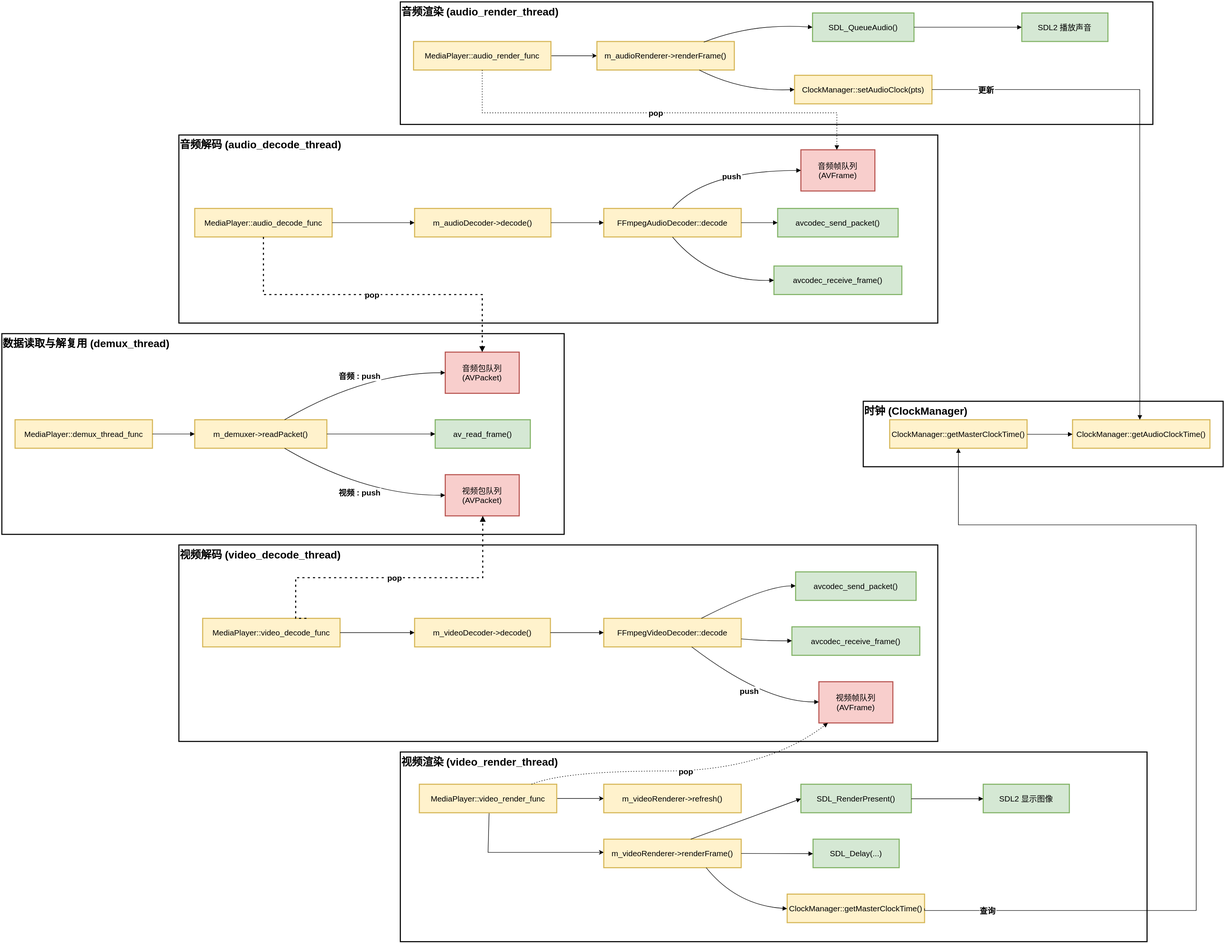
Above: docs/assets/pic3_2-overall_core_flowchart.svg in Ko-vey/SDLplayerCore (draw.io), before the change. Source tidied: cells renumbered, new cells last; positions are measured from the earlier drawing's top-left corner, leaving out a move shared by most shapes.
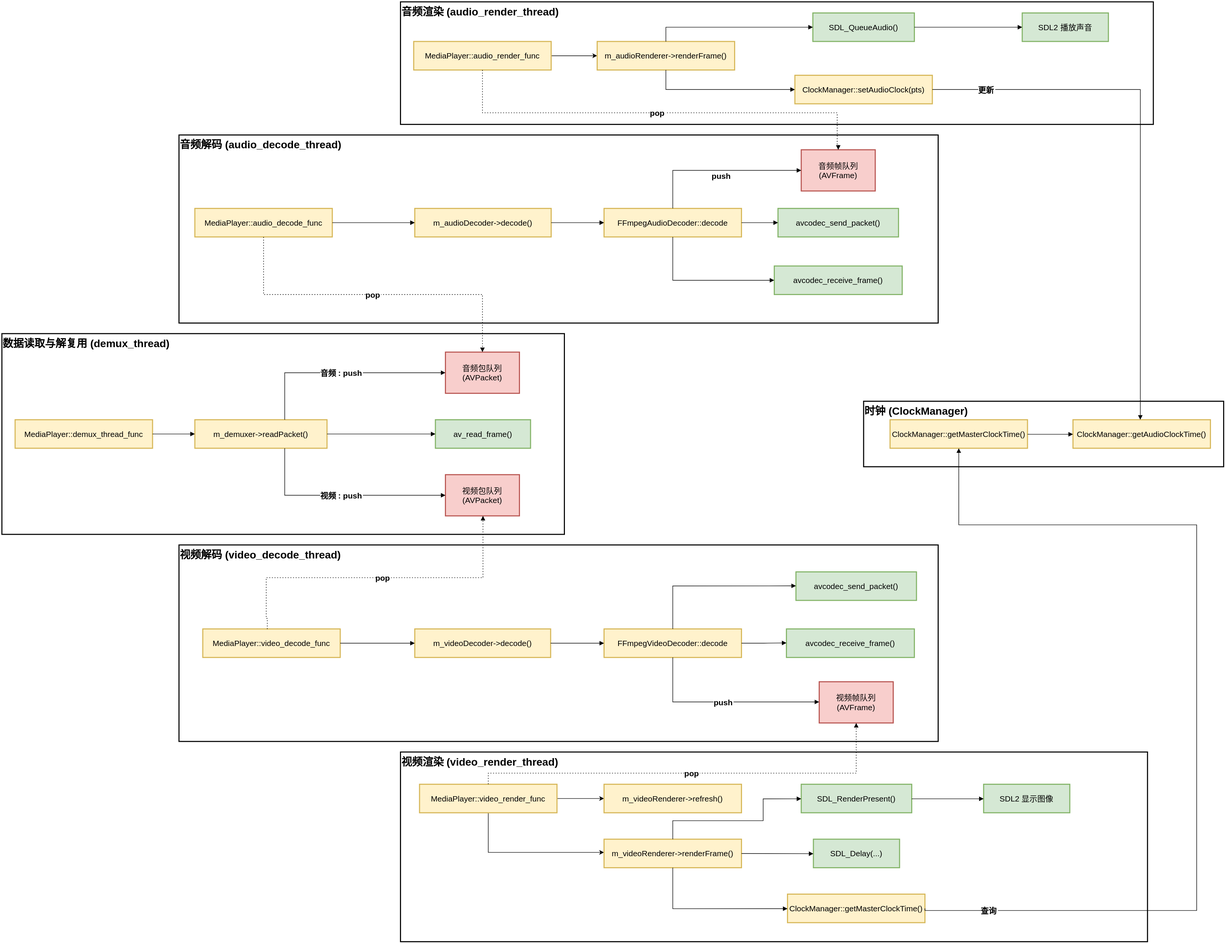
After the change.

Commit message:
对总体流程图做一些微调美化

Diff of the diagram source:
```diff
@@ -36,19 +36,19 @@
       <mxGeometry x="839" y="895" width="140" height="78" as="geometry" />
     </mxCell>
     <mxCell id="13" value="MediaPlayer::video_decode_func" style="whiteSpace=wrap;strokeWidth=2;fontSize=15;fillColor=#fff2cc;strokeColor=#d6b656;" parent="1" vertex="1">
-      <mxGeometry x="380" y="1167" width="260" height="54" as="geometry" />
+      <mxGeometry x="380" y="1187" width="260" height="54" as="geometry" />
     </mxCell>
     <mxCell id="14" value="m_videoDecoder-&gt;decode()" style="whiteSpace=wrap;strokeWidth=2;fontSize=15;fillColor=#fff2cc;strokeColor=#d6b656;" parent="1" vertex="1">
-      <mxGeometry x="781" y="1167" width="257" height="54" as="geometry" />
+      <mxGeometry x="781" y="1187" width="257" height="54" as="geometry" />
     </mxCell>
     <mxCell id="15" value="FFmpegVideoDecoder::decode" style="whiteSpace=wrap;strokeWidth=2;fontSize=15;fillColor=#fff2cc;strokeColor=#d6b656;" parent="1" vertex="1">
-      <mxGeometry x="1139" y="1167" width="260" height="54" as="geometry" />
+      <mxGeometry x="1139" y="1187" width="260" height="54" as="geometry" />
     </mxCell>
     <mxCell id="16" value="avcodec_send_packet()" style="whiteSpace=wrap;strokeWidth=2;fontSize=15;fillColor=#d5e8d4;strokeColor=#82b366;" parent="1" vertex="1">
       <mxGeometry x="1502" y="1079" width="228" height="54" as="geometry" />
     </mxCell>
     <mxCell id="17" value="avcodec_receive_frame()" style="whiteSpace=wrap;strokeWidth=2;fontSize=15;fillColor=#d5e8d4;strokeColor=#82b366;" parent="1" vertex="1">
-      <mxGeometry x="1495" y="1183" width="242" height="54" as="geometry" />
+      <mxGeometry x="1484" y="1187" width="242" height="54" as="geometry" />
     </mxCell>
     <mxCell id="18" value="视频帧队列&#10;(AVFrame)" style="whiteSpace=wrap;strokeWidth=2;fontSize=15;fillColor=#f8cecc;strokeColor=#b85450;" parent="1" vertex="1">
       <mxGeometry x="1546" y="1287" width="140" height="78" as="geometry" />
@@ -130,65 +130,41 @@
     <mxCell id="42" style="curved=1;startArrow=none;endArrow=block;exitX=1;exitY=0.5;entryX=0;entryY=0.5;rounded=0;" parent="1" edge="1" source="8" target="9">
       <mxGeometry relative="1" as="geometry" />
     </mxCell>
-    <mxCell id="43" value="音频 : push" style="curved=1;startArrow=none;endArrow=block;exitX=0.68;exitY=0;entryX=0;entryY=0.5;rounded=0;fontSize=15;fontStyle=1;" parent="1" edge="1" source="9" target="10">
-      <mxGeometry relative="1" as="geometry">
-        <Array as="points">
-          <mxPoint x="687" y="702" />
-        </Array>
-      </mxGeometry>
+    <mxCell id="43" value="音频 : push" style="startArrow=none;endArrow=block;exitX=0.68;exitY=0;entryX=0;entryY=0.5;rounded=0;fontSize=15;fontStyle=1;edgeStyle=orthogonalEdgeStyle;" parent="1" edge="1" source="9" target="10">
+      <mxGeometry relative="1" as="geometry" />
     </mxCell>
     <mxCell id="44" style="curved=1;startArrow=none;endArrow=block;exitX=1;exitY=0.5;entryX=0;entryY=0.5;rounded=0;" parent="1" edge="1" source="9" target="11">
       <mxGeometry relative="1" as="geometry" />
     </mxCell>
-    <mxCell id="45" value="视频 : push" style="curved=1;startArrow=none;endArrow=block;exitX=0.68;exitY=1;entryX=0;entryY=0.5;rounded=0;fontSize=15;fontStyle=1;" parent="1" edge="1" source="9" target="12">
-      <mxGeometry relative="1" as="geometry">
-        <Array as="points">
-          <mxPoint x="687" y="934" />
-        </Array>
-      </mxGeometry>
+    <mxCell id="45" value="视频 : push" style="startArrow=none;endArrow=block;exitX=0.68;exitY=1;entryX=0;entryY=0.5;rounded=0;fontSize=15;fontStyle=1;edgeStyle=orthogonalEdgeStyle;" parent="1" edge="1" source="9" target="12">
+      <mxGeometry relative="1" as="geometry" />
     </mxCell>
-    <mxCell id="46" value="pop" style="dashed=1;dashPattern=2 3;startArrow=none;endArrow=block;exitX=0.75;exitY=0.01;entryX=0.5;entryY=1;rounded=0;edgeStyle=orthogonalEdgeStyle;strokeWidth=2;entryDx=0;entryDy=0;fontSize=15;fontStyle=1;" parent="1" edge="1" source="13" target="12">
-      <mxGeometry relative="1" as="geometry">
+    <mxCell id="46" value="pop" style="dashed=1;dashPattern=2 3;startArrow=none;endArrow=block;exitX=0.469;exitY=0.007;entryX=0.5;entryY=1;rounded=0;edgeStyle=orthogonalEdgeStyle;strokeWidth=1;entryDx=0;entryDy=0;fontSize=15;fontStyle=1;exitDx=0;exitDy=0;exitPerimeter=0;" parent="1" edge="1" source="13" target="12">
+      <mxGeometry x="0.02" relative="1" as="geometry">
         <Array as="points">
-          <mxPoint x="556" y="1167" />
-          <mxPoint x="556" y="1090" />
+          <mxPoint x="500" y="1167" />
+          <mxPoint x="500" y="1090" />
           <mxPoint x="910" y="1090" />
           <mxPoint x="910" y="973" />
         </Array>
       </mxGeometry>
     </mxCell>
-    <mxCell id="47" style="curved=1;startArrow=none;endArrow=block;exitX=1;exitY=0.5;entryX=0;entryY=0.5;rounded=0;exitDx=0;exitDy=0;" parent="1" edge="1" source="13" target="14">
-      <mxGeometry relative="1" as="geometry">
-        <Array as="points">
-          <mxPoint x="687" y="1194" />
-        </Array>
-      </mxGeometry>
+    <mxCell id="47" style="startArrow=none;endArrow=block;exitX=1;exitY=0.5;entryX=0;entryY=0.5;rounded=0;exitDx=0;exitDy=0;edgeStyle=orthogonalEdgeStyle;" parent="1" edge="1" source="13" target="14">
+      <mxGeometry relative="1" as="geometry" />
     </mxCell>
     <mxCell id="48" style="curved=1;startArrow=none;endArrow=block;exitX=1;exitY=0.5;entryX=0;entryY=0.5;rounded=0;" parent="1" edge="1" source="14" target="15">
       <mxGeometry relative="1" as="geometry" />
     </mxCell>
-    <mxCell id="49" style="curved=1;startArrow=none;endArrow=block;exitX=0.71;exitY=0;entryX=0;entryY=0.49;rounded=0;" parent="1" edge="1" source="15" target="16">
-      <mxGeometry relative="1" as="geometry">
-        <Array as="points">
-          <mxPoint x="1443" y="1106" />
-        </Array>
-      </mxGeometry>
+    <mxCell id="49" style="startArrow=none;endArrow=block;exitX=0.5;exitY=0;entryX=0;entryY=0.49;rounded=0;edgeStyle=orthogonalEdgeStyle;exitDx=0;exitDy=0;" parent="1" edge="1" source="15" target="16">
+      <mxGeometry relative="1" as="geometry" />
     </mxCell>
-    <mxCell id="50" style="curved=1;startArrow=none;endArrow=block;exitX=1;exitY=0.72;entryX=0;entryY=0.49;rounded=0;" parent="1" edge="1" source="15" target="17">
-      <mxGeometry relative="1" as="geometry">
-        <Array as="points">
-          <mxPoint x="1443" y="1210" />
-        </Array>
-      </mxGeometry>
+    <mxCell id="50" style="startArrow=none;endArrow=block;exitX=1;exitY=0.5;entryX=0;entryY=0.49;rounded=0;edgeStyle=orthogonalEdgeStyle;exitDx=0;exitDy=0;" parent="1" edge="1" source="15" target="17">
+      <mxGeometry relative="1" as="geometry" />
     </mxCell>
-    <mxCell id="51" value="push" style="curved=1;startArrow=none;endArrow=block;exitX=0.64;exitY=1;entryX=0;entryY=0.49;rounded=0;fontSize=15;fontStyle=1;" parent="1" edge="1" source="15" target="18">
-      <mxGeometry relative="1" as="geometry">
-        <Array as="points">
-          <mxPoint x="1443" y="1326" />
-        </Array>
-      </mxGeometry>
+    <mxCell id="51" value="push" style="startArrow=none;endArrow=block;exitX=0.5;exitY=1;entryX=0;entryY=0.49;rounded=0;fontSize=15;fontStyle=1;edgeStyle=orthogonalEdgeStyle;exitDx=0;exitDy=0;" parent="1" edge="1" source="15" target="18">
+      <mxGeometry relative="1" as="geometry" />
     </mxCell>
-    <mxCell id="52" value="pop" style="dashed=1;dashPattern=2 3;startArrow=none;endArrow=block;exitX=0.5;exitY=1;rounded=0;edgeStyle=orthogonalEdgeStyle;strokeWidth=2;exitDx=0;exitDy=0;fontSize=15;fontStyle=1;" parent="1" edge="1" source="19" target="10">
+    <mxCell id="52" value="pop" style="dashed=1;dashPattern=2 3;startArrow=none;endArrow=block;exitX=0.5;exitY=1;rounded=0;edgeStyle=orthogonalEdgeStyle;strokeWidth=1;exitDx=0;exitDy=0;fontSize=15;fontStyle=1;" parent="1" edge="1" source="19" target="10">
       <mxGeometry relative="1" as="geometry" />
     </mxCell>
     <mxCell id="53" style="curved=1;startArrow=none;endArrow=block;exitX=1;exitY=0.5;entryX=0;entryY=0.5;rounded=0;exitDx=0;exitDy=0;" parent="1" edge="1" source="19" target="20">
@@ -204,34 +180,22 @@
     <mxCell id="55" style="curved=1;startArrow=none;endArrow=block;exitX=1;exitY=0.5;entryX=0;entryY=0.5;rounded=0;exitDx=0;exitDy=0;" parent="1" edge="1" source="21" target="22">
       <mxGeometry relative="1" as="geometry" />
     </mxCell>
-    <mxCell id="56" style="curved=1;startArrow=none;endArrow=block;exitX=0.5;exitY=1;entryX=0;entryY=0.5;rounded=0;exitDx=0;exitDy=0;" parent="1" edge="1" source="21" target="23">
-      <mxGeometry relative="1" as="geometry">
-        <Array as="points">
-          <mxPoint x="1340" y="530" />
-        </Array>
-      </mxGeometry>
+    <mxCell id="56" style="startArrow=none;endArrow=block;exitX=0.5;exitY=1;entryX=0;entryY=0.5;rounded=0;exitDx=0;exitDy=0;edgeStyle=orthogonalEdgeStyle;" parent="1" edge="1" source="21" target="23">
+      <mxGeometry relative="1" as="geometry" />
     </mxCell>
-    <mxCell id="57" value="push" style="curved=1;startArrow=none;endArrow=block;exitX=0.5;exitY=0;entryX=0;entryY=0.5;rounded=0;exitDx=0;exitDy=0;fontSize=15;fontStyle=1;" parent="1" edge="1" source="21" target="24">
-      <mxGeometry x="0.04" y="-10" relative="1" as="geometry">
-        <Array as="points">
-          <mxPoint x="1330" y="320" />
-        </Array>
-      </mxGeometry>
+    <mxCell id="57" value="push" style="startArrow=none;endArrow=block;exitX=0.5;exitY=0;entryX=0;entryY=0.5;rounded=0;exitDx=0;exitDy=0;fontSize=15;fontStyle=1;edgeStyle=orthogonalEdgeStyle;" parent="1" edge="1" source="21" target="24">
+      <mxGeometry x="0.04" y="-10" relative="1" as="geometry" />
     </mxCell>
-    <mxCell id="58" value="pop" style="curved=1;dashed=1;dashPattern=2 3;startArrow=none;endArrow=block;exitX=0.81;exitY=0.01;entryX=0.13;entryY=0.99;rounded=0;fontSize=15;fontStyle=1;" parent="1" edge="1" source="27" target="18">
+    <mxCell id="58" value="pop" style="dashed=1;dashPattern=2 3;startArrow=none;endArrow=block;exitX=0.5;exitY=0;entryX=0.5;entryY=1;rounded=0;fontSize=15;fontStyle=1;edgeStyle=orthogonalEdgeStyle;exitDx=0;exitDy=0;entryDx=0;entryDy=0;" parent="1" edge="1" source="27" target="18">
       <mxGeometry relative="1" as="geometry">
         <Array as="points">
-          <mxPoint x="1064" y="1456" />
-          <mxPoint x="1443" y="1456" />
+          <mxPoint x="920" y="1460" />
+          <mxPoint x="1616" y="1460" />
         </Array>
       </mxGeometry>
     </mxCell>
-    <mxCell id="59" style="curved=1;startArrow=none;endArrow=block;exitX=0.75;exitY=1.01;entryX=0;entryY=0.51;rounded=0;" parent="1" edge="1" source="28" target="29">
-      <mxGeometry relative="1" as="geometry">
-        <Array as="points">
-          <mxPoint x="1390" y="1710" />
-        </Array>
-      </mxGeometry>
+    <mxCell id="59" style="startArrow=none;endArrow=block;exitX=0.5;exitY=1;entryX=0;entryY=0.51;rounded=0;edgeStyle=orthogonalEdgeStyle;exitDx=0;exitDy=0;" parent="1" edge="1" source="28" target="29">
+      <mxGeometry relative="1" as="geometry" />
     </mxCell>
     <mxCell id="60" style="curved=1;startArrow=none;endArrow=block;exitX=1;exitY=0.5;entryX=0;entryY=0.51;rounded=0;exitDx=0;exitDy=0;" parent="1" edge="1" source="28" target="30">
       <mxGeometry relative="1" as="geometry">
@@ -240,10 +204,12 @@
         </Array>
       </mxGeometry>
     </mxCell>
-    <mxCell id="61" style="curved=1;startArrow=none;endArrow=block;exitX=0.63;exitY=0.01;entryX=0;entryY=0.51;rounded=0;" parent="1" edge="1" source="28" target="31">
+    <mxCell id="61" style="startArrow=none;endArrow=block;exitX=0.5;exitY=0;entryX=0;entryY=0.51;rounded=0;edgeStyle=orthogonalEdgeStyle;exitDx=0;exitDy=0;" parent="1" edge="1" source="28" target="31">
       <mxGeometry relative="1" as="geometry">
         <Array as="points">
-          <mxPoint x="1400" y="1550" />
+          <mxPoint x="1269" y="1550" />
+          <mxPoint x="1440" y="1550" />
+          <mxPoint x="1440" y="1509" />
         </Array>
       </mxGeometry>
     </mxCell>
@@ -260,19 +226,11 @@
         </Array>
       </mxGeometry>
     </mxCell>
-    <mxCell id="64" style="curved=1;startArrow=none;endArrow=block;exitX=0.75;exitY=1.01;entryX=0;entryY=0.5;rounded=0;" parent="1" edge="1" source="36" target="37">
-      <mxGeometry relative="1" as="geometry">
-        <Array as="points">
-          <mxPoint x="1400" y="170" />
-        </Array>
-      </mxGeometry>
+    <mxCell id="64" style="startArrow=none;endArrow=block;exitX=0.5;exitY=1;entryX=0;entryY=0.5;rounded=0;edgeStyle=orthogonalEdgeStyle;exitDx=0;exitDy=0;" parent="1" edge="1" source="36" target="37">
+      <mxGeometry relative="1" as="geometry" />
     </mxCell>
-    <mxCell id="65" style="curved=1;startArrow=none;endArrow=block;exitX=0.778;exitY=0.023;entryX=0;entryY=0.5;rounded=0;exitDx=0;exitDy=0;exitPerimeter=0;" parent="1" edge="1" source="36" target="38">
-      <mxGeometry relative="1" as="geometry">
-        <Array as="points">
-          <mxPoint x="1420" y="40" />
-        </Array>
-      </mxGeometry>
+    <mxCell id="65" style="startArrow=none;endArrow=block;exitX=0.5;exitY=0;entryX=0;entryY=0.5;rounded=0;exitDx=0;exitDy=0;edgeStyle=orthogonalEdgeStyle;" parent="1" edge="1" source="36" target="38">
+      <mxGeometry relative="1" as="geometry" />
     </mxCell>
     <mxCell id="66" style="curved=1;startArrow=none;endArrow=block;exitX=1;exitY=0.5;entryX=0;entryY=0.5;rounded=0;" parent="1" edge="1" source="38" target="39">
       <mxGeometry relative="1" as="geometry" />
```
